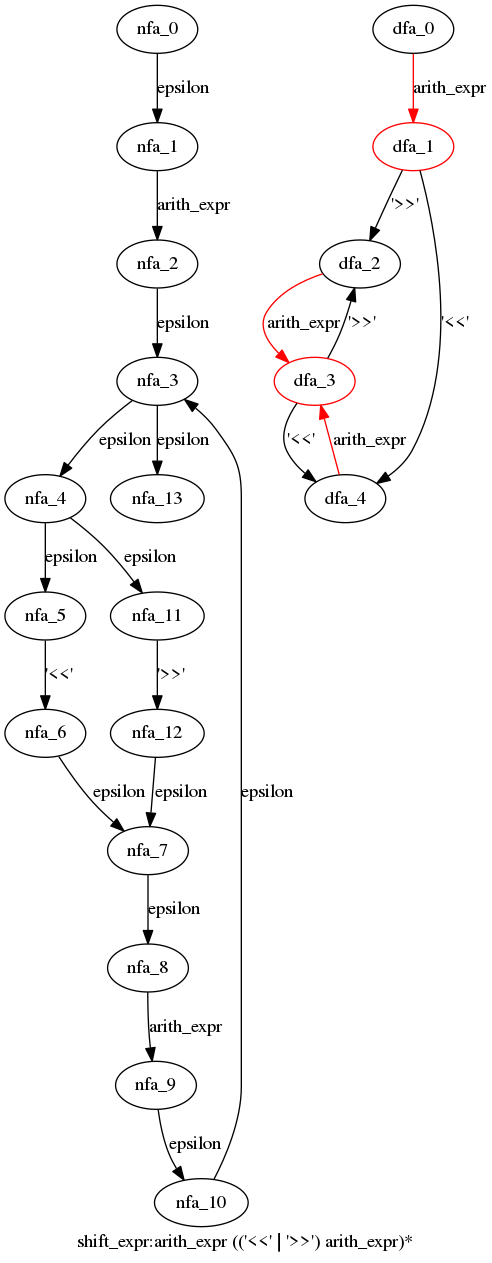
WinChua/blog keeps this Graphviz diagram as cpython/grammar/handwrite/nfa_dfas/63.shift_expr.dot.png. Above is the earlier version. Its source is kept beside it as cpython/grammar/handwrite/nfa_dfas/63.shift_expr.dot. The source it was exported from:
```dot
digraph shift_expr {
 graph[label="shift_expr:arith_expr (('<<' | '>>') arith_expr)*"]
 subgraph shift_expr_nfa {
  nfa_0->nfa_1[label="epsilon"]
  nfa_1->nfa_2[label="arith_expr"]
  nfa_2->nfa_3[label="epsilon"]
  nfa_3->nfa_4[label="epsilon"]
  nfa_4->nfa_5[label="epsilon"]
  nfa_5->nfa_6[label="'<<'"]
  nfa_6->nfa_7[label="epsilon"]
  nfa_7->nfa_8[label="epsilon"]
  nfa_8->nfa_9[label="arith_expr"]
  nfa_9->nfa_10[label="epsilon"]
  nfa_10->nfa_3[label="epsilon"]
  nfa_4->nfa_11[label="epsilon"]
  nfa_11->nfa_12[label="'>>'"]
  nfa_12->nfa_7[label="epsilon"]
  nfa_3->nfa_13[label="epsilon"]
  }
 subgraph shift_expr_dfa {
  dfa_0->dfa_1[label="arith_expr",color=red]
  dfa_1->dfa_2[label="'>>'"]
  dfa_2->dfa_3[label="arith_expr",color=red]
  dfa_3->dfa_2[label="'>>'"]
  dfa_3->dfa_4[label="'<<'"]
  dfa_4->dfa_3[label="arith_expr",color=red]
  dfa_1->dfa_4[label="'<<'"]
  dfa_1[color=red]
  dfa_3[color=red]
  }
}
```
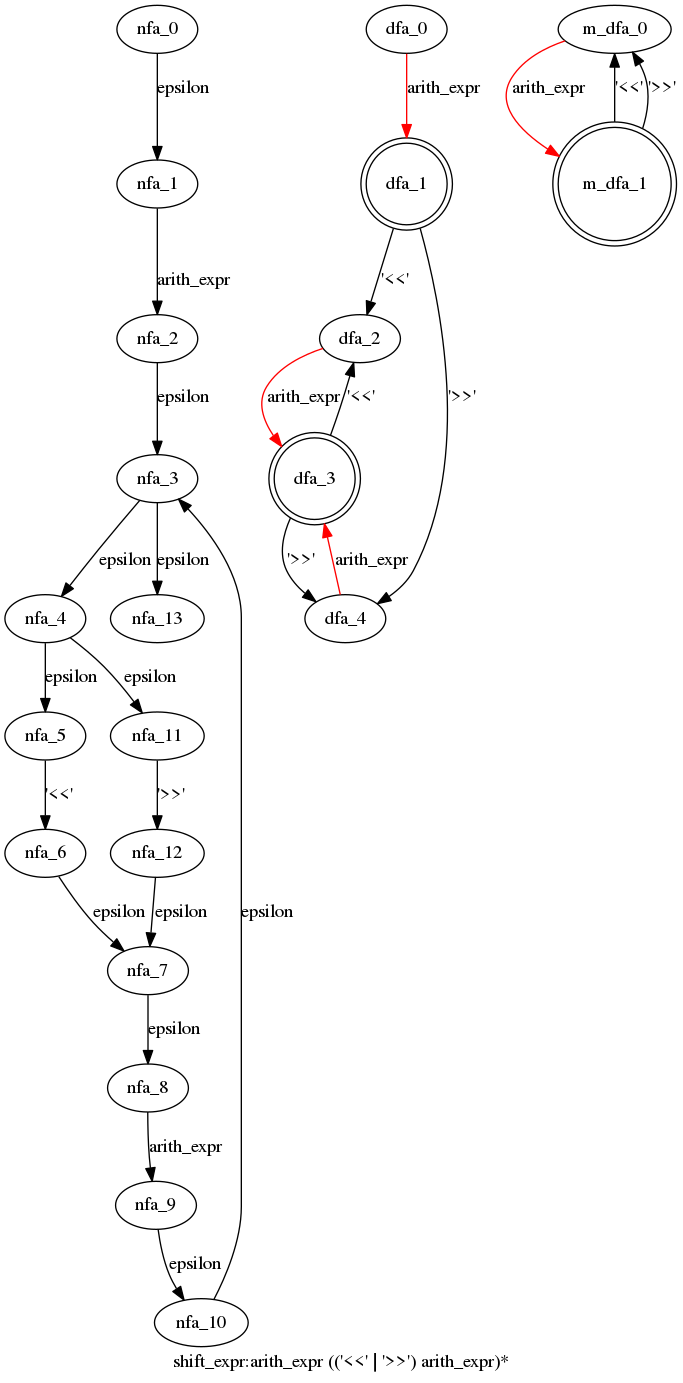
The same file after the commit.

Change to the diagram source:
```diff
@@ -19,13 +19,19 @@
   }
  subgraph shift_expr_dfa {
   dfa_0->dfa_1[label="arith_expr",color=red]
-  dfa_1->dfa_2[label="'>>'"]
+  dfa_1->dfa_2[label="'<<'"]
   dfa_2->dfa_3[label="arith_expr",color=red]
-  dfa_3->dfa_2[label="'>>'"]
-  dfa_3->dfa_4[label="'<<'"]
+  dfa_3->dfa_2[label="'<<'"]
+  dfa_3->dfa_4[label="'>>'"]
   dfa_4->dfa_3[label="arith_expr",color=red]
-  dfa_1->dfa_4[label="'<<'"]
-  dfa_1[color=red]
-  dfa_3[color=red]
+  dfa_1->dfa_4[label="'>>'"]
+  dfa_1[shape=doublecircle]
+  dfa_3[shape=doublecircle]
+  }
+ subgraph shift_expr_m_dfa {
+  m_dfa_0->m_dfa_1[label="arith_expr",color=red]
+  m_dfa_1->m_dfa_0[label="'<<'"]
+  m_dfa_1->m_dfa_0[label="'>>'"]
+  m_dfa_1[shape=doublecircle]
   }
 }
```
